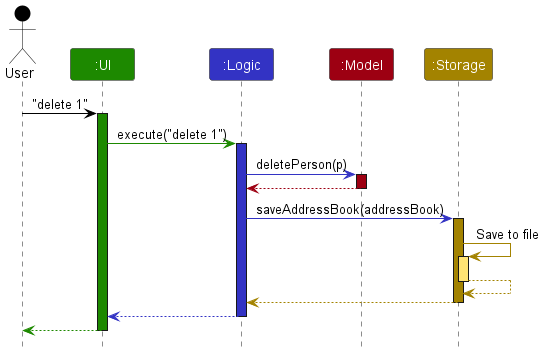
Before: docs/images/ArchitectureSequenceDiagram.png, a diagram exported from PlantUML (wnchan/tp).
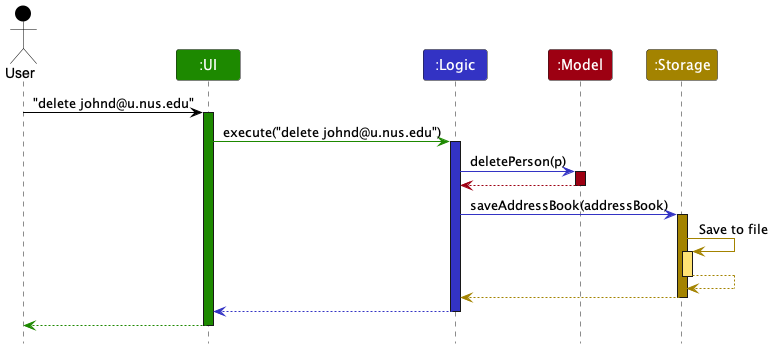
Later version of the same file.

Change to the diagram source:
```diff
@@ -8,10 +8,10 @@
 Participant ":Model" as model MODEL_COLOR
 Participant ":Storage" as storage STORAGE_COLOR
 
-user -[USER_COLOR]> ui : "delete 1"
+user -[USER_COLOR]> ui : "delete johnd@u.nus.edu"
 activate ui UI_COLOR
 
-ui -[UI_COLOR]> logic : execute("delete 1")
+ui -[UI_COLOR]> logic : execute("delete johnd@u.nus.edu")
 activate logic LOGIC_COLOR
 
 logic -[LOGIC_COLOR]> model : deletePerson(p)
```
